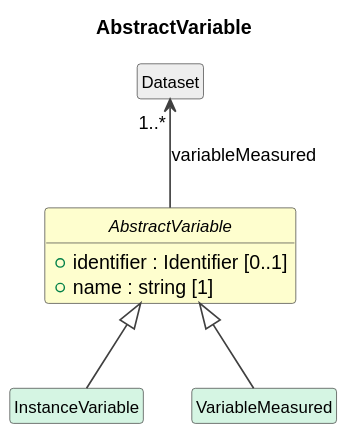
Before: cdif-uml-model/CDIFDataDescription/Classes/AbstractVariable.svg, a diagram exported from PlantUML (Cross-Domain-Interoperability-Framework/metadataBuildingBlocks).
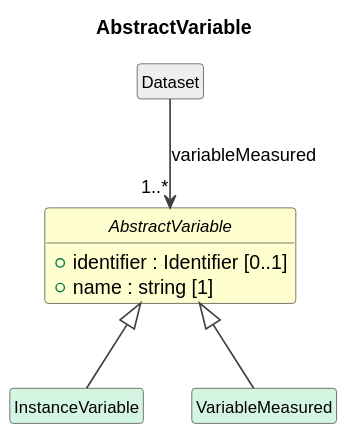
After the change.

Diff of the diagram source:
```diff
@@ -19,5 +19,5 @@
 class "VariableMeasured" as VariableMeasured #D5F5E3
 AbstractVariable <|-- VariableMeasured
 class "Dataset" as Dataset #EEEEEE
-Dataset "1..*" <-- AbstractVariable : variableMeasured
+Dataset --> "1..*" AbstractVariable : variableMeasured
 @enduml
```
